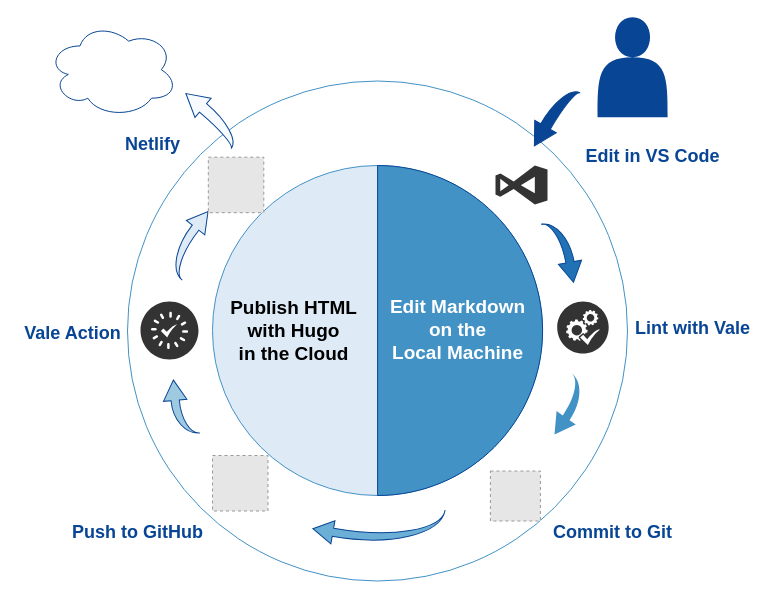
dfinr/www.fortc.com keeps this draw.io diagram as docs/projects/docs-as-code/publishing-pipeline/media/publishing-pipeline.drawio. Above is the earlier version. Source tidied: cells renumbered, new cells numbered last; positions are measured from the earlier drawing's top-left corner, leaving out a move shared by most shapes. Both pictures are drawn from the tidied source at 100%, with x=0, y=0 at pixel (17, 17). Pictures stored in the file or linked from it are replaced by grey dashed boxes.
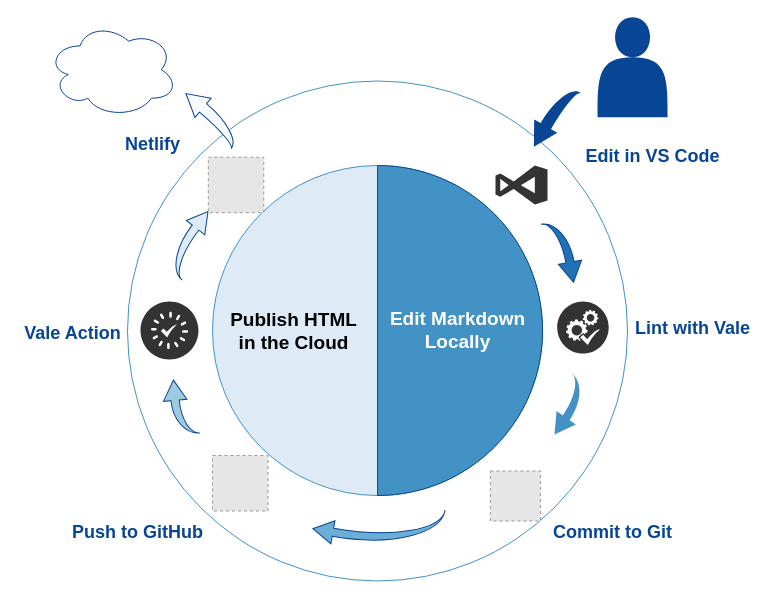
The same diagram, later.

Change to the diagram source:
```diff
@@
-    <mxCell id="20" value="&lt;h3 style=&quot;font-size: 19px&quot;&gt;&lt;font color=&quot;#ffffff&quot; style=&quot;font-size: 19px&quot;&gt;Edit Markdown&lt;br&gt;on the&lt;br&gt;&lt;/font&gt;&lt;font color=&quot;#ffffff&quot; style=&quot;font-size: 19px&quot;&gt;Local Machine&lt;/font&gt;&lt;/h3&gt;" style="text;html=1;strokeColor=none;fillColor=none;align=center;verticalAlign=middle;whiteSpace=wrap;rounded=0;labelBackgroundColor=none;" parent="1" vertex="1">
+    <mxCell id="20" value="&lt;h3 style=&quot;font-size: 19px&quot;&gt;&lt;font color=&quot;#ffffff&quot; style=&quot;font-size: 19px&quot;&gt;Edit Markdown&lt;br&gt;Locally&lt;/font&gt;&lt;/h3&gt;" style="text;html=1;strokeColor=none;fillColor=none;align=center;verticalAlign=middle;whiteSpace=wrap;rounded=0;labelBackgroundColor=none;" parent="1" vertex="1">
       <mxGeometry x="358.2" y="303" width="164.7" height="20" as="geometry" />
     </mxCell>
-    <mxCell id="21" value="&lt;h3 style=&quot;font-size: 19px&quot;&gt;Publish HTML&lt;br&gt;with Hugo&lt;br&gt;in the Cloud&lt;/h3&gt;" style="text;html=1;strokeColor=none;fillColor=none;align=center;verticalAlign=middle;whiteSpace=wrap;rounded=0;labelBackgroundColor=none;" parent="1" vertex="1">
+    <mxCell id="21" value="&lt;h3 style=&quot;font-size: 19px&quot;&gt;Publish HTML&lt;br&gt;in the Cloud&lt;/h3&gt;" style="text;html=1;strokeColor=none;fillColor=none;align=center;verticalAlign=middle;whiteSpace=wrap;rounded=0;labelBackgroundColor=none;" parent="1" vertex="1">
       <mxGeometry x="207.9" y="303.5" width="136.7" height="20" as="geometry" />
     </mxCell>
```
